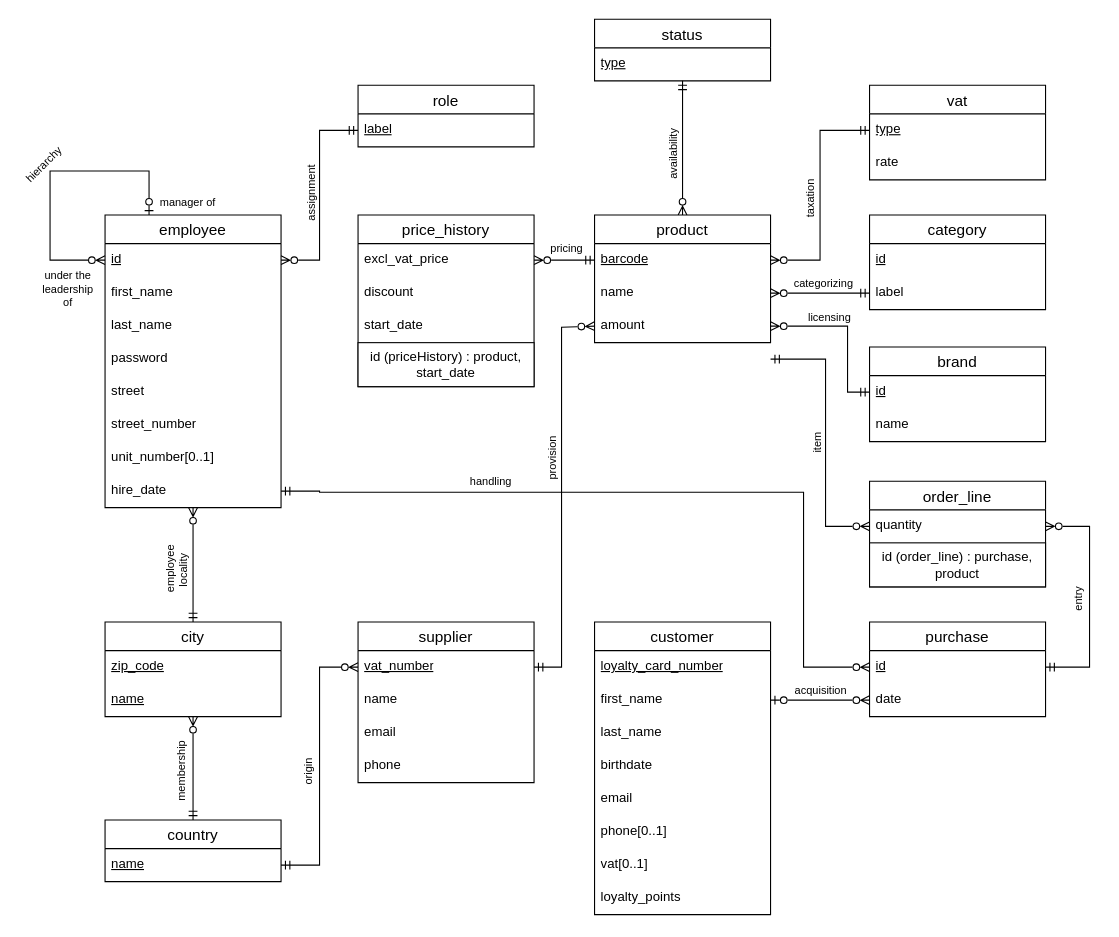
The draw.io diagram docs/DB/ER_diagram.drawio in maxoux53/petit-bazar, before the edit. Source tidied: cells renumbered, new cells numbered last; positions are measured from the earlier drawing's top-left corner, leaving out a move shared by most shapes. Both pictures are drawn from the tidied source at 110%, with x=0, y=0 at pixel (16, 19).
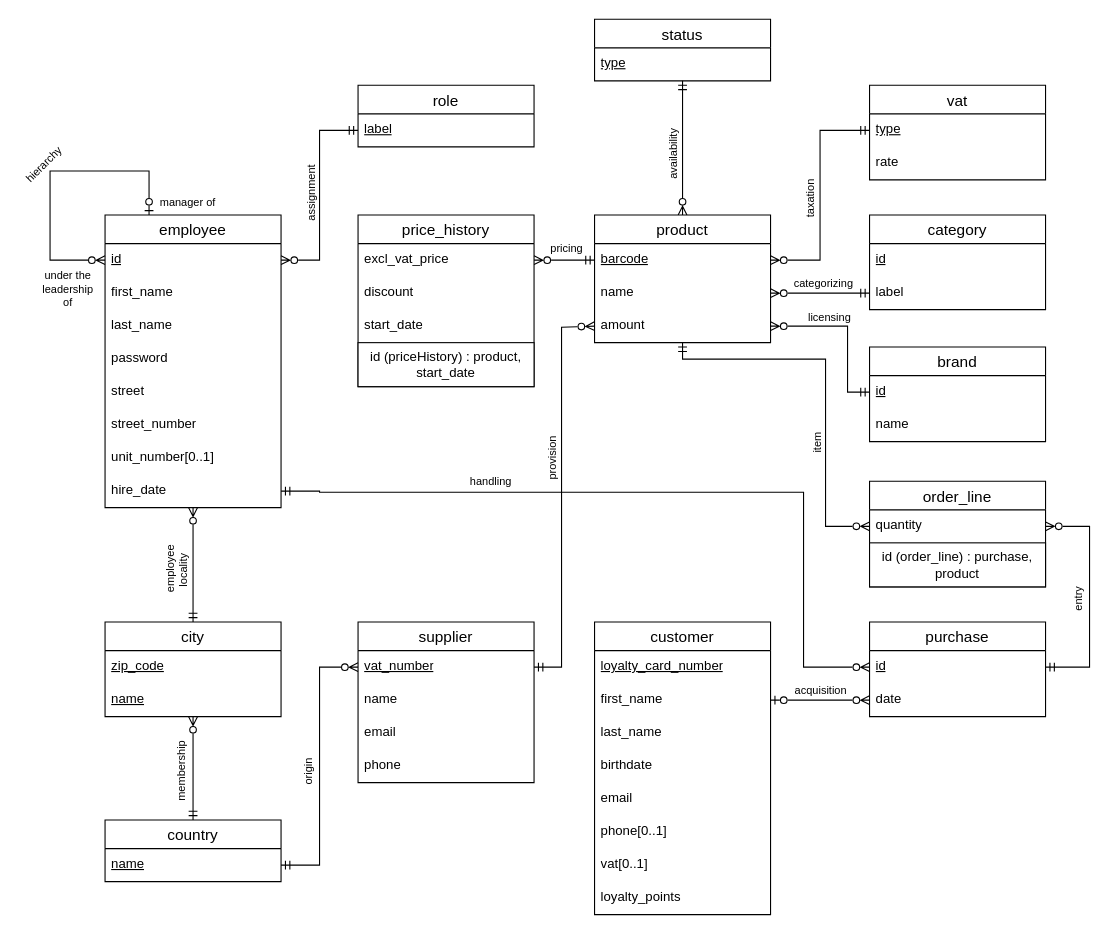
The same diagram, later.

Commit message:
The item relationship (between order_line and product) is better connected to product

Unchanged cells that the change refers to:
```xml
<mxCell id="15" value="product" style="swimlane;fontStyle=0;horizontal=1;startSize=26;align=center;fontSize=14;" parent="1" vertex="1">
  <mxGeometry x="525" y="178" width="160" height="116" as="geometry" />
</mxCell>
<mxCell id="52" value="quantity" style="text;strokeColor=none;fillColor=none;spacingLeft=4;spacingRight=4;overflow=hidden;points=[[0,0.5],[1,0.5]];portConstraint=eastwest;fontSize=12;whiteSpace=wrap;html=1;" parent="51" vertex="1">
  <mxGeometry y="26" width="160" height="30" as="geometry" />
</mxCell>
```

What changed in the source:
```diff
@@
-    <mxCell id="58" style="edgeStyle=orthogonalEdgeStyle;rounded=0;jettySize=auto;html=1;exitX=1;exitY=0.5;exitDx=0;exitDy=0;entryX=0;entryY=0.5;entryDx=0;entryDy=0;endArrow=ERzeroToMany;endFill=0;startArrow=ERmandOne;startFill=0;" parent="1" edge="1" target="52">
+    <mxCell id="58" style="edgeStyle=orthogonalEdgeStyle;rounded=0;jettySize=auto;html=1;entryX=0;entryY=0.5;entryDx=0;entryDy=0;endArrow=ERzeroToMany;endFill=0;startArrow=ERmandOne;startFill=0;" parent="1" edge="1" source="15" target="52">
       <mxGeometry relative="1" as="geometry">
-        <mxPoint x="685" y="309" as="sourcePoint" />
         <Array as="points">
+          <mxPoint x="605" y="309" />
           <mxPoint x="735" y="309" />
           <mxPoint x="735" y="461" />
         </Array>
       </mxGeometry>
     </mxCell>
```
